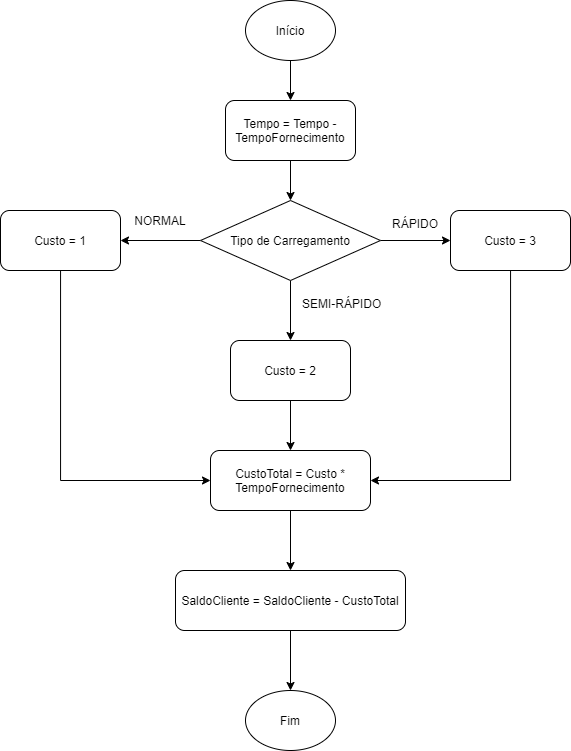
The draw.io diagram DebitacaoValor.png in ProgRub/Proj2AC, before a commit. Source tidied: cells renumbered, new cells last; positions are measured from the earlier drawing's top-left corner, leaving out a move shared by most shapes.
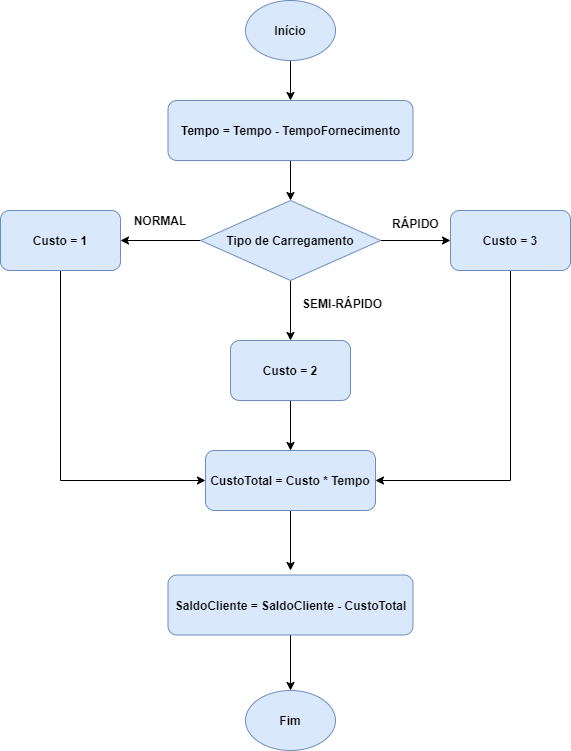
The same file after the commit.

What changed in the source:
```diff
@@ -5,7 +5,7 @@
     <mxCell id="2" style="edgeStyle=orthogonalEdgeStyle;rounded=0;jettySize=auto;html=1;entryX=0.5;entryY=0;entryDx=0;entryDy=0;" parent="1" edge="1" source="3" target="23">
       <mxGeometry relative="1" as="geometry" />
     </mxCell>
-    <mxCell id="3" value="Início" style="ellipse;whiteSpace=wrap;html=1;" parent="1" vertex="1">
+    <mxCell id="3" value="&lt;b&gt;Início&lt;/b&gt;" style="ellipse;whiteSpace=wrap;html=1;fillColor=#dae8fc;strokeColor=#6c8ebf;" parent="1" vertex="1">
       <mxGeometry x="245" width="90" height="60" as="geometry" />
     </mxCell>
     <mxCell id="4" style="edgeStyle=orthogonalEdgeStyle;rounded=0;jettySize=auto;html=1;entryX=1;entryY=0.5;entryDx=0;entryDy=0;" parent="1" edge="1" source="7" target="9">
@@ -17,24 +17,23 @@
     <mxCell id="6" style="edgeStyle=orthogonalEdgeStyle;rounded=0;jettySize=auto;html=1;entryX=0.5;entryY=0;entryDx=0;entryDy=0;" parent="1" edge="1" source="7" target="11">
       <mxGeometry relative="1" as="geometry" />
     </mxCell>
-    <mxCell id="7" value="Tipo de Carregamento" style="rhombus;whiteSpace=wrap;html=1;" parent="1" vertex="1">
+    <mxCell id="7" value="&lt;b&gt;Tipo de Carregamento&lt;/b&gt;" style="rhombus;whiteSpace=wrap;html=1;fillColor=#dae8fc;strokeColor=#6c8ebf;" parent="1" vertex="1">
       <mxGeometry x="200" y="200" width="180" height="80" as="geometry" />
     </mxCell>
-    <mxCell id="8" style="edgeStyle=orthogonalEdgeStyle;rounded=0;jettySize=auto;html=1;" parent="1" edge="1" source="9">
+    <mxCell id="8" style="edgeStyle=orthogonalEdgeStyle;rounded=0;jettySize=auto;html=1;entryX=0;entryY=0.5;entryDx=0;entryDy=0;" parent="1" edge="1" source="9" target="18">
       <mxGeometry relative="1" as="geometry">
-        <mxPoint x="210" y="480" as="targetPoint" />
         <Array as="points">
           <mxPoint x="60" y="480" />
         </Array>
       </mxGeometry>
     </mxCell>
-    <mxCell id="9" value="Custo = 1" style="rounded=1;whiteSpace=wrap;html=1;" parent="1" vertex="1">
+    <mxCell id="9" value="&lt;b&gt;Custo = 1&lt;/b&gt;" style="rounded=1;whiteSpace=wrap;html=1;fillColor=#dae8fc;strokeColor=#6c8ebf;" parent="1" vertex="1">
       <mxGeometry y="210" width="120" height="60" as="geometry" />
     </mxCell>
     <mxCell id="10" style="edgeStyle=orthogonalEdgeStyle;rounded=0;jettySize=auto;html=1;" parent="1" edge="1" source="11" target="18">
       <mxGeometry relative="1" as="geometry" />
     </mxCell>
-    <mxCell id="11" value="Custo = 2" style="rounded=1;whiteSpace=wrap;html=1;" parent="1" vertex="1">
+    <mxCell id="11" value="&lt;b&gt;Custo = 2&lt;/b&gt;" style="rounded=1;whiteSpace=wrap;html=1;fillColor=#dae8fc;strokeColor=#6c8ebf;" parent="1" vertex="1">
       <mxGeometry x="230" y="340" width="120" height="60" as="geometry" />
     </mxCell>
     <mxCell id="12" style="edgeStyle=orthogonalEdgeStyle;rounded=0;jettySize=auto;html=1;entryX=1;entryY=0.5;entryDx=0;entryDy=0;" parent="1" edge="1" source="13" target="18">
@@ -44,16 +43,16 @@
         </Array>
       </mxGeometry>
     </mxCell>
-    <mxCell id="13" value="Custo = 3" style="rounded=1;whiteSpace=wrap;html=1;" parent="1" vertex="1">
+    <mxCell id="13" value="&lt;b&gt;Custo = 3&lt;/b&gt;" style="rounded=1;whiteSpace=wrap;html=1;fillColor=#dae8fc;strokeColor=#6c8ebf;" parent="1" vertex="1">
       <mxGeometry x="450" y="210" width="120" height="60" as="geometry" />
     </mxCell>
-    <mxCell id="14" value="NORMAL" style="text;html=1;strokeColor=none;fillColor=none;align=center;verticalAlign=middle;whiteSpace=wrap;rounded=0;" parent="1" vertex="1">
+    <mxCell id="14" value="&lt;b&gt;NORMAL&lt;/b&gt;" style="text;html=1;strokeColor=none;fillColor=none;align=center;verticalAlign=middle;whiteSpace=wrap;rounded=0;" parent="1" vertex="1">
       <mxGeometry x="140" y="210" width="40" height="20" as="geometry" />
     </mxCell>
-    <mxCell id="15" value="&lt;div&gt;SEMI-RÁPIDO&lt;/div&gt;" style="text;whiteSpace=wrap;html=1;" parent="1" vertex="1">
+    <mxCell id="15" value="&lt;div&gt;&lt;b&gt;SEMI-RÁPIDO&lt;/b&gt;&lt;/div&gt;" style="text;whiteSpace=wrap;html=1;" parent="1" vertex="1">
       <mxGeometry x="300" y="290" width="90" height="30" as="geometry" />
     </mxCell>
-    <mxCell id="16" value="RÁPIDO" style="text;whiteSpace=wrap;html=1;" parent="1" vertex="1">
+    <mxCell id="16" value="&lt;b&gt;RÁPIDO&lt;/b&gt;" style="text;whiteSpace=wrap;html=1;" parent="1" vertex="1">
       <mxGeometry x="390" y="210" width="80" height="70" as="geometry" />
     </mxCell>
     <mxCell id="17" style="edgeStyle=orthogonalEdgeStyle;rounded=0;jettySize=auto;html=1;" parent="1" edge="1" source="18">
@@ -61,23 +60,23 @@
         <mxPoint x="290" y="570" as="targetPoint" />
       </mxGeometry>
     </mxCell>
-    <mxCell id="18" value="CustoTotal = Custo * TempoFornecimento" style="rounded=1;whiteSpace=wrap;html=1;" parent="1" vertex="1">
-      <mxGeometry x="210" y="450" width="160" height="60" as="geometry" />
+    <mxCell id="18" value="&lt;b&gt;CustoTotal = Custo * Tempo&lt;/b&gt;" style="rounded=1;whiteSpace=wrap;html=1;fillColor=#dae8fc;strokeColor=#6c8ebf;" parent="1" vertex="1">
+      <mxGeometry x="205" y="450" width="170" height="60" as="geometry" />
     </mxCell>
     <mxCell id="19" style="edgeStyle=orthogonalEdgeStyle;rounded=0;jettySize=auto;html=1;" parent="1" edge="1" source="20" target="21">
       <mxGeometry relative="1" as="geometry" />
     </mxCell>
-    <mxCell id="20" value="SaldoCliente = SaldoCliente - CustoTotal" style="rounded=1;whiteSpace=wrap;html=1;" parent="1" vertex="1">
-      <mxGeometry x="175" y="570" width="230" height="60" as="geometry" />
+    <mxCell id="20" value="&lt;b&gt;SaldoCliente = SaldoCliente - CustoTotal&lt;/b&gt;" style="rounded=1;whiteSpace=wrap;html=1;fillColor=#dae8fc;strokeColor=#6c8ebf;" parent="1" vertex="1">
+      <mxGeometry x="167.5" y="574.5" width="245" height="60" as="geometry" />
     </mxCell>
-    <mxCell id="21" value="Fim" style="ellipse;whiteSpace=wrap;html=1;" parent="1" vertex="1">
+    <mxCell id="21" value="&lt;b&gt;Fim&lt;/b&gt;" style="ellipse;whiteSpace=wrap;html=1;fillColor=#dae8fc;strokeColor=#6c8ebf;" parent="1" vertex="1">
       <mxGeometry x="245" y="690" width="90" height="60" as="geometry" />
     </mxCell>
     <mxCell id="22" style="edgeStyle=orthogonalEdgeStyle;rounded=0;jettySize=auto;html=1;entryX=0.5;entryY=0;entryDx=0;entryDy=0;" parent="1" edge="1" source="23" target="7">
       <mxGeometry relative="1" as="geometry" />
     </mxCell>
-    <mxCell id="23" value="Tempo = Tempo - TempoFornecimento" style="rounded=1;whiteSpace=wrap;html=1;" parent="1" vertex="1">
-      <mxGeometry x="225" y="100" width="130" height="60" as="geometry" />
+    <mxCell id="23" value="&lt;b&gt;Tempo = Tempo - TempoFornecimento&lt;/b&gt;" style="rounded=1;whiteSpace=wrap;html=1;fillColor=#dae8fc;strokeColor=#6c8ebf;" parent="1" vertex="1">
+      <mxGeometry x="167.5" y="100" width="245" height="60" as="geometry" />
     </mxCell>
   </root>
 </mxGraphModel>
```
